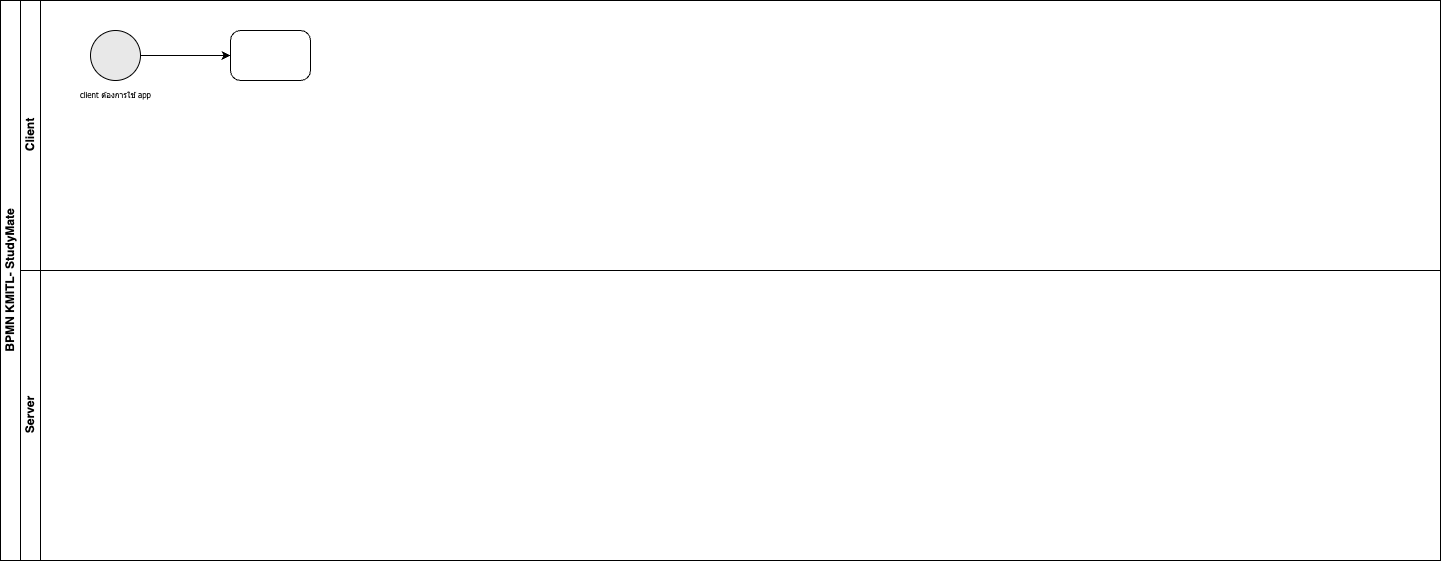
Above: BPMN.drawio.png in thanatat64/CEPP-BPMN (draw.io), before the change. Source tidied: cells renumbered, new cells last; positions are measured from the earlier drawing's top-left corner, leaving out a move shared by most shapes.
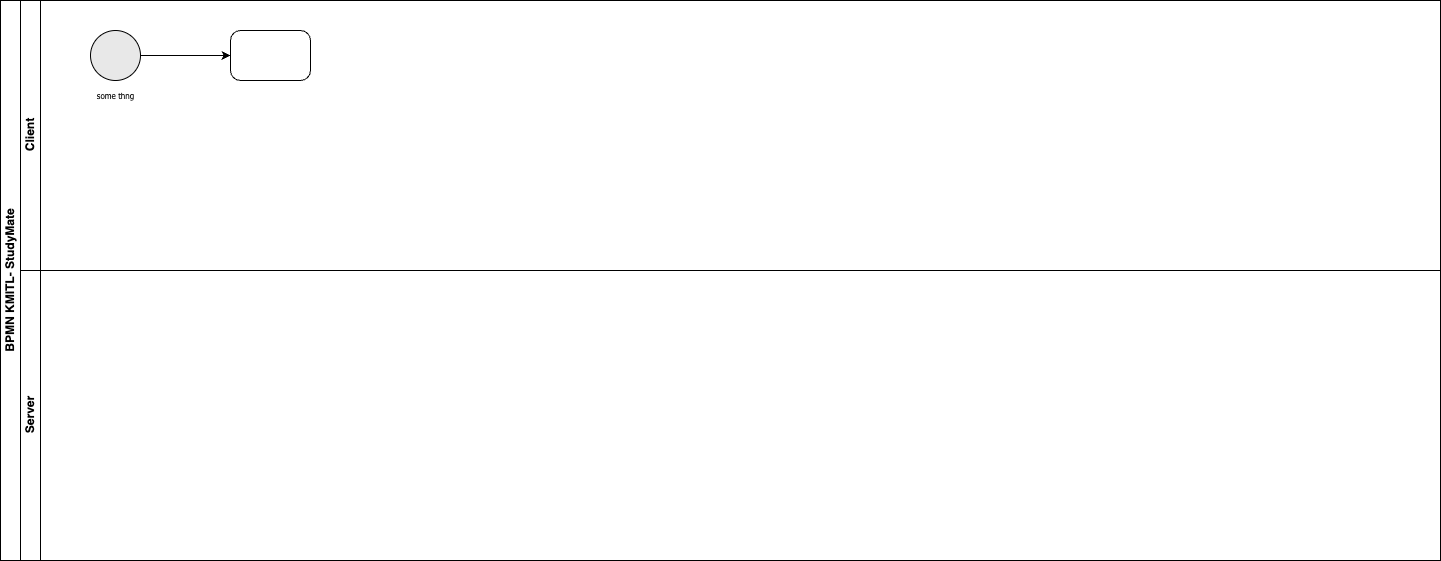
Above is the later version.

The edit, as a diff of the source:
```diff
@@ -11,7 +11,7 @@
     <mxCell id="4" style="edgeStyle=none;html=1;" parent="3" edge="1" source="5" target="6">
       <mxGeometry relative="1" as="geometry" />
     </mxCell>
-    <mxCell id="5" value="&lt;font style=&quot;font-size: 8px;&quot; face=&quot;Tahoma&quot;&gt;client ต้องการใช้ app&lt;/font&gt;" style="points=[[0.145,0.145,0],[0.5,0,0],[0.855,0.145,0],[1,0.5,0],[0.855,0.855,0],[0.5,1,0],[0.145,0.855,0],[0,0.5,0]];shape=mxgraph.bpmn.event;html=1;verticalLabelPosition=bottom;labelBackgroundColor=#ffffff;verticalAlign=top;align=center;perimeter=ellipsePerimeter;outlineConnect=0;outline=standard;symbol=general;fillColor=#E8E8E8;" parent="3" vertex="1">
+    <mxCell id="5" value="&lt;font face=&quot;Tahoma&quot;&gt;&lt;span style=&quot;font-size: 8px;&quot;&gt;some thng&lt;br&gt;&lt;br&gt;&lt;/span&gt;&lt;/font&gt;" style="points=[[0.145,0.145,0],[0.5,0,0],[0.855,0.145,0],[1,0.5,0],[0.855,0.855,0],[0.5,1,0],[0.145,0.855,0],[0,0.5,0]];shape=mxgraph.bpmn.event;html=1;verticalLabelPosition=bottom;labelBackgroundColor=#ffffff;verticalAlign=top;align=center;perimeter=ellipsePerimeter;outlineConnect=0;outline=standard;symbol=general;fillColor=#E8E8E8;strokeColor=#000000;" parent="3" vertex="1">
       <mxGeometry x="70" y="30" width="50" height="50" as="geometry" />
     </mxCell>
     <mxCell id="6" style="points=[[0.25,0,0],[0.5,0,0],[0.75,0,0],[1,0.25,0],[1,0.5,0],[1,0.75,0],[0.75,1,0],[0.5,1,0],[0.25,1,0],[0,0.75,0],[0,0.5,0],[0,0.25,0]];shape=mxgraph.bpmn.task;whiteSpace=wrap;rectStyle=rounded;size=10;html=1;taskMarker=abstract;fillColor=#FFFFFF;" parent="3" vertex="1">
```
